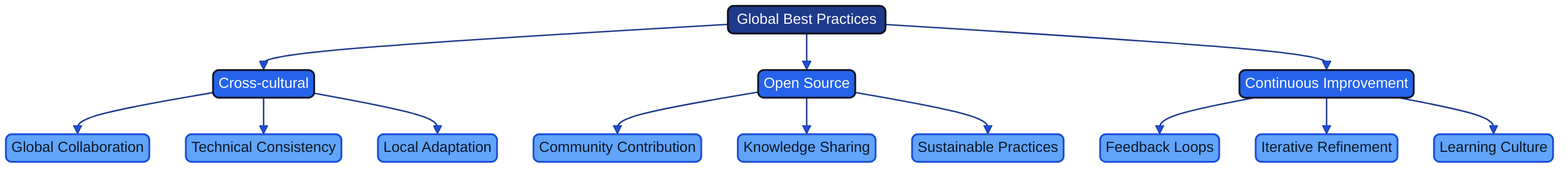
The Mermaid diagram docs/images/mindmap_22e_global_practices.png in Geonitab/architecture_as_code, before a commit. Its source is kept beside it as docs/images/mindmap_22e_global_practices.mmd.
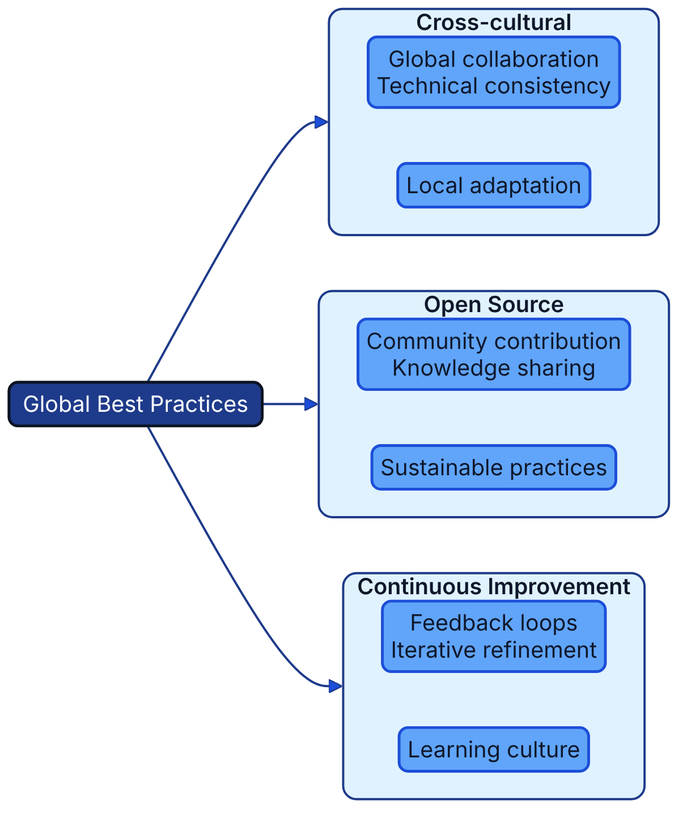
After the commit.

The edit, as a diff of the source:
```diff
@@ -1,14 +1,23 @@
-graph TD
+flowchart LR
     ROOT(["Global Best Practices"]):::geon-primary
-    ROOT --> CC["Cross-cultural"]:::geon-accent
-    ROOT --> OS["Open Source"]:::geon-accent
-    ROOT --> CI["Continuous Improvement"]:::geon-accent
-    CC --> CC1["Global Collaboration"]:::geon-highlight
-    CC --> CC2["Technical Consistency"]:::geon-highlight
-    CC --> CC3["Local Adaptation"]:::geon-highlight
-    OS --> OS1["Community Contribution"]:::geon-highlight
-    OS --> OS2["Knowledge Sharing"]:::geon-highlight
-    OS --> OS3["Sustainable Practices"]:::geon-highlight
-    CI --> CI1["Feedback Loops"]:::geon-highlight
-    CI --> CI2["Iterative Refinement"]:::geon-highlight
-    CI --> CI3["Learning Culture"]:::geon-highlight
+    subgraph CC["Cross-cultural"]
+        direction TB
+        CC1["Global collaboration<br/>Technical consistency"]:::geon-highlight
+        CC2["Local adaptation"]:::geon-highlight
+        CC1 ~~~ CC2
+    end
+    subgraph OS["Open Source"]
+        direction TB
+        OS1["Community contribution<br/>Knowledge sharing"]:::geon-highlight
+        OS2["Sustainable practices"]:::geon-highlight
+        OS1 ~~~ OS2
+    end
+    subgraph CI["Continuous Improvement"]
+        direction TB
+        CI1["Feedback loops<br/>Iterative refinement"]:::geon-highlight
+        CI2["Learning culture"]:::geon-highlight
+        CI1 ~~~ CI2
+    end
+    ROOT --> CC
+    ROOT --> OS
+    ROOT --> CI
```
